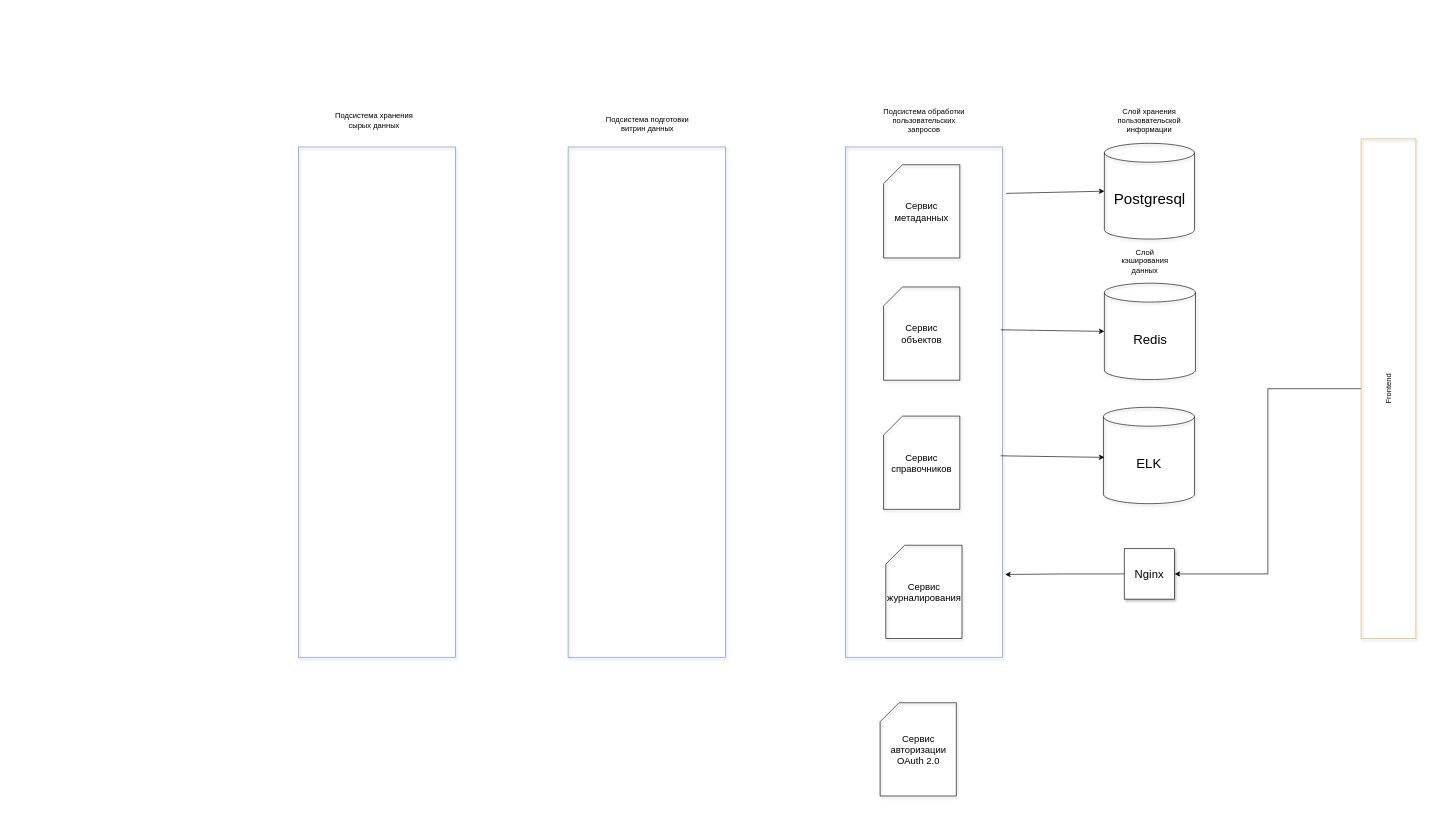
The draw.io diagram Untitled Diagram.drawio in Sergeydayneko/Kafka-ed, before the edit. Source tidied: cells renumbered, new cells numbered last; positions are measured from the earlier drawing's top-left corner, leaving out a move shared by most shapes. Both pictures are drawn from the tidied source at 63%, with x=0, y=0 at pixel (122, 106).
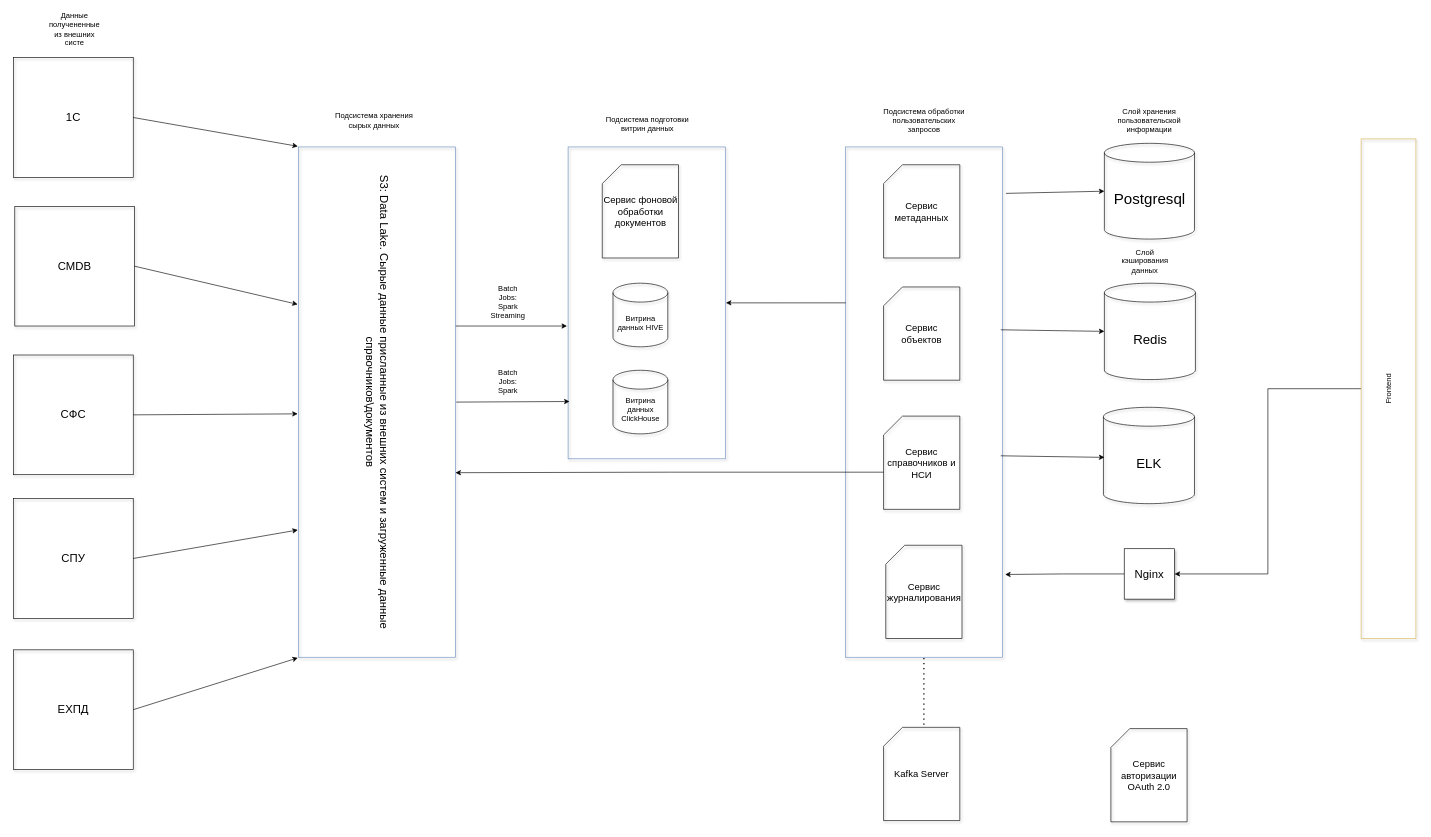
The same page after the edit.

Unchanged cells that the change refers to:
```xml
<mxCell id="4" style="rounded=0;whiteSpace=wrap;html=1;shadow=1;glass=0;rotation=90;align=center;strokeColor=#6c8ebf;perimeterSpacing=1;fillColor=none;" parent="1" vertex="1">
  <mxGeometry x="868" y="345" width="810" height="249.5" as="geometry" />
</mxCell>
```

What changed in the source:
```diff
@@
+    <mxCell id="26" style="edgeStyle=orthogonalEdgeStyle;rounded=0;jettySize=auto;html=1;exitX=0;exitY=0;exitDx=0;exitDy=89;exitPerimeter=0;entryX=0.638;entryY=0.005;entryDx=0;entryDy=0;entryPerimeter=0;" parent="1" edge="1" source="15" target="24">
+      <mxGeometry relative="1" as="geometry" />
+    </mxCell>
-    <mxCell id="15" value="&lt;font style=&quot;font-size: 15px&quot;&gt;Сервис справочников&lt;/font&gt;" style="shape=card;whiteSpace=wrap;html=1;rounded=0;shadow=1;glass=0;fillColor=none;" parent="1" vertex="1">
+    <mxCell id="15" value="&lt;font style=&quot;font-size: 15px&quot;&gt;Сервис справочников и НСИ&lt;/font&gt;" style="shape=card;whiteSpace=wrap;html=1;rounded=0;shadow=1;glass=0;fillColor=none;" parent="1" vertex="1">
       <mxGeometry x="1209" y="492" width="121" height="148" as="geometry" />
     </mxCell>
@@
     <mxCell id="21" value="&lt;font style=&quot;font-size: 15px&quot;&gt;Сервис авторизации OAuth 2.0&lt;/font&gt;" style="shape=card;whiteSpace=wrap;html=1;rounded=0;shadow=1;glass=0;fillColor=none;" parent="1" vertex="1">
-      <mxGeometry x="1203.5" y="947" width="121" height="148" as="geometry" />
+      <mxGeometry x="1569.8" y="988" width="121" height="148" as="geometry" />
     </mxCell>
     <mxCell id="22" style="rounded=0;whiteSpace=wrap;html=1;shadow=1;glass=0;rotation=90;align=center;strokeColor=#6c8ebf;perimeterSpacing=1;fillColor=none;" parent="1" vertex="1">
-      <mxGeometry x="428" y="345" width="810" height="249.5" as="geometry" />
+      <mxGeometry x="585.5" y="187.5" width="495" height="249.5" as="geometry" />
     </mxCell>
@@
-    <mxCell id="24" style="rounded=0;whiteSpace=wrap;html=1;shadow=1;glass=0;rotation=90;align=center;strokeColor=#6c8ebf;perimeterSpacing=1;fillColor=none;" parent="1" vertex="1">
+    <mxCell id="24" value="&lt;font style=&quot;font-size: 18px&quot;&gt;S3: Data Lake. Сырые данные присланные из внешних систем и загруженные данные спрвочников\документов&lt;/font&gt;" style="rounded=0;whiteSpace=wrap;html=1;shadow=1;glass=0;rotation=90;align=center;strokeColor=#6c8ebf;perimeterSpacing=1;fillColor=none;" parent="1" vertex="1">
       <mxGeometry y="345" width="810" height="249.5" as="geometry" />
     </mxCell>
@@
+    <mxCell id="27" value="&lt;font style=&quot;font-size: 18px&quot;&gt;1С&lt;/font&gt;" style="whiteSpace=wrap;html=1;rounded=0;shadow=1;glass=0;fillColor=none;" parent="1" vertex="1">
+      <mxGeometry x="-172" y="-77" width="190" height="190" as="geometry" />
+    </mxCell>
+    <mxCell id="28" value="&lt;font style=&quot;font-size: 18px&quot;&gt;СМDB&lt;/font&gt;" style="whiteSpace=wrap;html=1;rounded=0;shadow=1;glass=0;fillColor=none;" parent="1" vertex="1">
+      <mxGeometry x="-170" y="159" width="190" height="190" as="geometry" />
+    </mxCell>
+    <mxCell id="29" value="&lt;font style=&quot;font-size: 18px&quot;&gt;СФС&lt;/font&gt;" style="whiteSpace=wrap;html=1;rounded=0;shadow=1;glass=0;fillColor=none;" parent="1" vertex="1">
+      <mxGeometry x="-172" y="395" width="190" height="190" as="geometry" />
+    </mxCell>
+    <mxCell id="30" value="&lt;font style=&quot;font-size: 18px&quot;&gt;СПУ&lt;/font&gt;" style="whiteSpace=wrap;html=1;rounded=0;shadow=1;glass=0;fillColor=none;" parent="1" vertex="1">
+      <mxGeometry x="-172" y="623" width="190" height="190" as="geometry" />
+    </mxCell>
+    <mxCell id="31" value="&lt;font style=&quot;font-size: 18px&quot;&gt;ЕХПД&lt;/font&gt;" style="whiteSpace=wrap;html=1;rounded=0;shadow=1;glass=0;fillColor=none;" parent="1" vertex="1">
+      <mxGeometry x="-172" y="863" width="190" height="190" as="geometry" />
+    </mxCell>
+    <mxCell id="32" style="endArrow=classic;html=1;exitX=1;exitY=0.5;exitDx=0;exitDy=0;entryX=1;entryY=1;entryDx=0;entryDy=0;" parent="1" edge="1" source="31" target="24">
+      <mxGeometry relative="1" as="geometry" />
+    </mxCell>
+    <mxCell id="33" style="endArrow=classic;html=1;exitX=1;exitY=0.5;exitDx=0;exitDy=0;entryX=0.75;entryY=1;entryDx=0;entryDy=0;" parent="1" edge="1" source="30" target="24">
+      <mxGeometry relative="1" as="geometry" />
+    </mxCell>
+    <mxCell id="34" style="endArrow=classic;html=1;exitX=1;exitY=0.5;exitDx=0;exitDy=0;entryX=0.523;entryY=1.001;entryDx=0;entryDy=0;entryPerimeter=0;" parent="1" edge="1" source="29" target="24">
+      <mxGeometry relative="1" as="geometry" />
+    </mxCell>
+    <mxCell id="35" style="endArrow=classic;html=1;exitX=1;exitY=0.5;exitDx=0;exitDy=0;entryX=0;entryY=1;entryDx=0;entryDy=0;" parent="1" edge="1" source="27" target="24">
+      <mxGeometry relative="1" as="geometry" />
+    </mxCell>
+    <mxCell id="36" style="endArrow=classic;html=1;exitX=1;exitY=0.5;exitDx=0;exitDy=0;entryX=0.309;entryY=1.001;entryDx=0;entryDy=0;entryPerimeter=0;" parent="1" edge="1" source="28" target="24">
+      <mxGeometry relative="1" as="geometry" />
+    </mxCell>
+    <mxCell id="37" value="Данные получененные из внешних систе" style="text;html=1;strokeColor=none;fillColor=none;align=center;verticalAlign=middle;whiteSpace=wrap;rounded=0;shadow=1;glass=0;" parent="1" vertex="1">
+      <mxGeometry x="-95" y="-132" width="40" height="20" as="geometry" />
+    </mxCell>
+    <mxCell id="38" style="endArrow=classic;html=1;exitX=0.5;exitY=0;exitDx=0;exitDy=0;entryX=0.815;entryY=0.987;entryDx=0;entryDy=0;entryPerimeter=0;" parent="1" edge="1" source="24" target="22">
+      <mxGeometry relative="1" as="geometry" />
+    </mxCell>
+    <mxCell id="39" value="&lt;span style=&quot;font-size: 15px&quot;&gt;Сервис фоновой обработки документов&lt;/span&gt;" style="shape=card;whiteSpace=wrap;html=1;rounded=0;shadow=1;glass=0;fillColor=none;" parent="1" vertex="1">
+      <mxGeometry x="762.5" y="93" width="121" height="148" as="geometry" />
+    </mxCell>
+    <mxCell id="40" style="endArrow=classic;html=1;exitX=0.5;exitY=0;exitDx=0;exitDy=0;entryX=0.5;entryY=1;entryDx=0;entryDy=0;" parent="1" edge="1">
+      <mxGeometry relative="1" as="geometry">
+        <mxPoint x="530" y="349" as="sourcePoint" />
+        <mxPoint x="706.5" y="349" as="targetPoint" />
+      </mxGeometry>
+    </mxCell>
+    <mxCell id="41" value="Batch Jobs: Spark" style="text;html=1;strokeColor=none;fillColor=none;align=center;verticalAlign=middle;whiteSpace=wrap;rounded=0;shadow=1;glass=0;" parent="1" vertex="1">
+      <mxGeometry x="593" y="427" width="40" height="20" as="geometry" />
+    </mxCell>
+    <mxCell id="42" value="Batch Jobs: Spark Streaming" style="text;html=1;strokeColor=none;fillColor=none;align=center;verticalAlign=middle;whiteSpace=wrap;rounded=0;shadow=1;glass=0;" parent="1" vertex="1">
+      <mxGeometry x="593" y="301" width="40" height="20" as="geometry" />
+    </mxCell>
+    <mxCell id="43" value="Витрина данных HIVE" style="shape=cylinder3;whiteSpace=wrap;html=1;boundedLbl=1;backgroundOutline=1;size=15;rounded=0;shadow=1;glass=0;fillColor=none;" parent="1" vertex="1">
+      <mxGeometry x="779.5" y="281" width="87" height="101" as="geometry" />
+    </mxCell>
+    <mxCell id="44" value="Витрина данных ClickHouse" style="shape=cylinder3;whiteSpace=wrap;html=1;boundedLbl=1;backgroundOutline=1;size=15;rounded=0;shadow=1;glass=0;fillColor=none;" parent="1" vertex="1">
+      <mxGeometry x="779.5" y="419.2" width="87" height="101" as="geometry" />
+    </mxCell>
+    <mxCell id="45" style="endArrow=classic;html=1;exitX=0.306;exitY=0.993;exitDx=0;exitDy=0;exitPerimeter=0;entryX=0.5;entryY=0;entryDx=0;entryDy=0;" parent="1" edge="1" source="4" target="22">
+      <mxGeometry relative="1" as="geometry" />
+    </mxCell>
+    <mxCell id="46" value="&lt;span style=&quot;font-size: 15px&quot;&gt;Kafka Server&lt;/span&gt;" style="shape=card;whiteSpace=wrap;html=1;rounded=0;shadow=1;glass=0;fillColor=none;" parent="1" vertex="1">
+      <mxGeometry x="1209" y="986" width="121" height="148" as="geometry" />
+    </mxCell>
+    <mxCell id="47" style="endArrow=none;dashed=1;html=1;dashPattern=1 3;strokeWidth=2;entryX=1;entryY=0.5;entryDx=0;entryDy=0;" parent="1" edge="1" target="4">
+      <mxGeometry relative="1" as="geometry">
+        <mxPoint x="1273" y="982" as="sourcePoint" />
+      </mxGeometry>
+    </mxCell>
```
